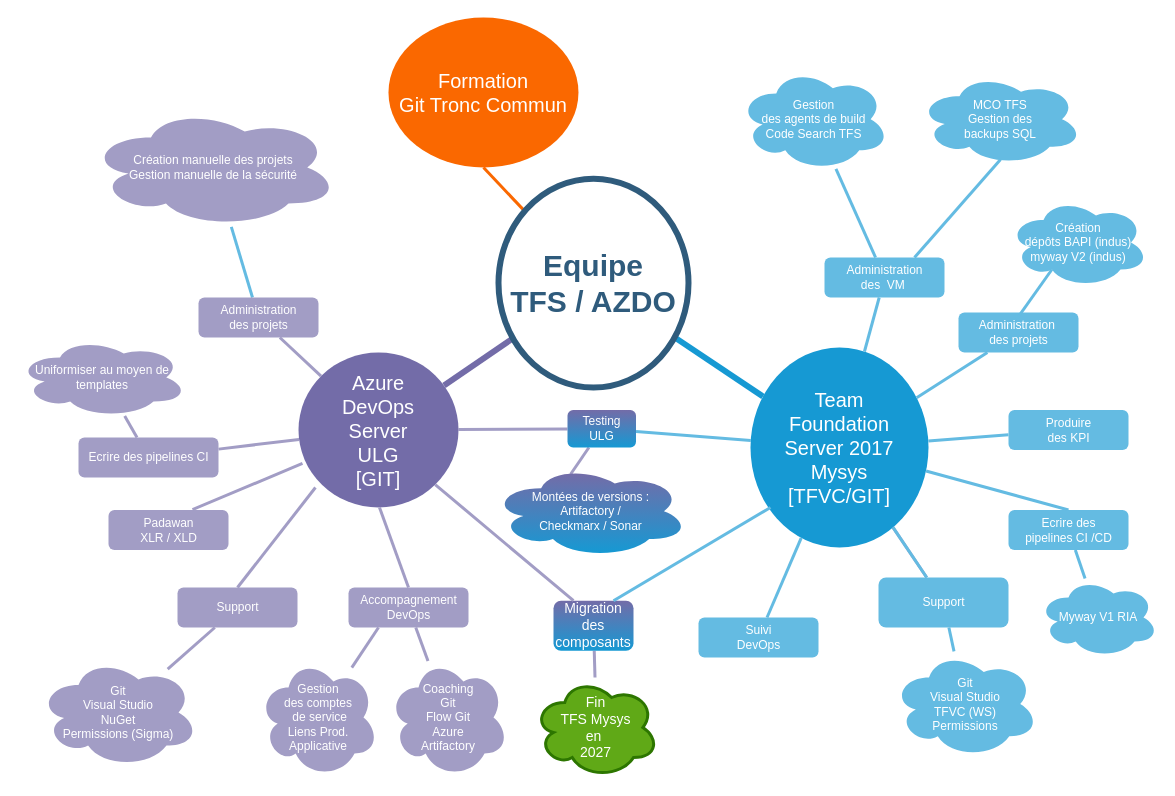
The draw.io diagram TeamActivities.drawio in jmrablat/diagrams, before the edit. Source tidied: cells renumbered, new cells numbered last; positions are measured from the earlier drawing's top-left corner, leaving out a move shared by most shapes. Both pictures are drawn from the tidied source at 100%, with x=0, y=0 at pixel (17, 17).
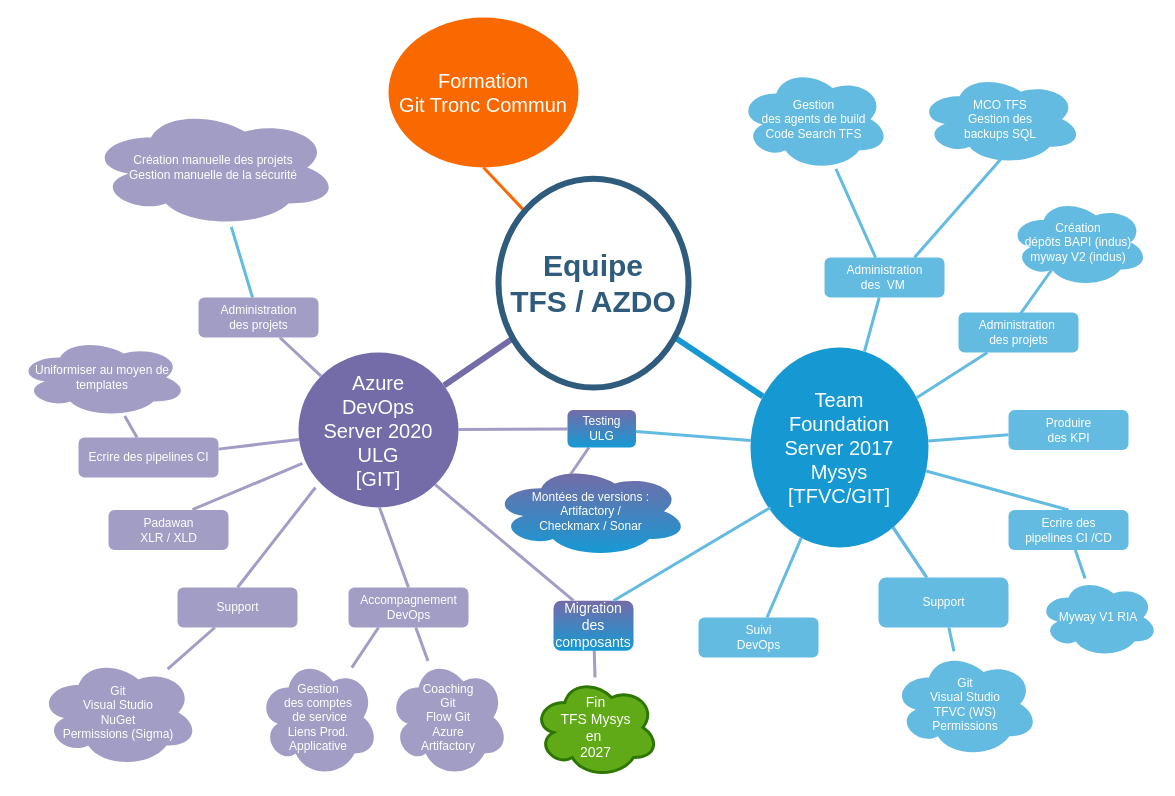
After the change.

Commit message:
Mettre à jour TeamActivities.drawio

Change to the diagram source:
```diff
@@
-    <mxCell id="23" value="Azure&lt;br&gt;DevOps&lt;br style=&quot;border-color: var(--border-color);&quot;&gt;Server&lt;br style=&quot;border-color: var(--border-color);&quot;&gt;ULG&lt;br&gt;[GIT]" style="ellipse;whiteSpace=wrap;html=1;shadow=0;fontFamily=Helvetica;fontSize=20;fontColor=#FFFFFF;align=center;strokeWidth=3;fillColor=#736ca8;strokeColor=none;" parent="1" vertex="1">
+    <mxCell id="23" value="Azure&lt;br&gt;DevOps&lt;br style=&quot;border-color: var(--border-color);&quot;&gt;Server 2020&lt;br style=&quot;border-color: var(--border-color);&quot;&gt;ULG&lt;br&gt;[GIT]" style="ellipse;whiteSpace=wrap;html=1;shadow=0;fontFamily=Helvetica;fontSize=20;fontColor=#FFFFFF;align=center;strokeWidth=3;fillColor=#736ca8;strokeColor=none;" parent="1" vertex="1">
       <mxGeometry x="281" y="335" width="160" height="155" as="geometry" />
     </mxCell>
```
